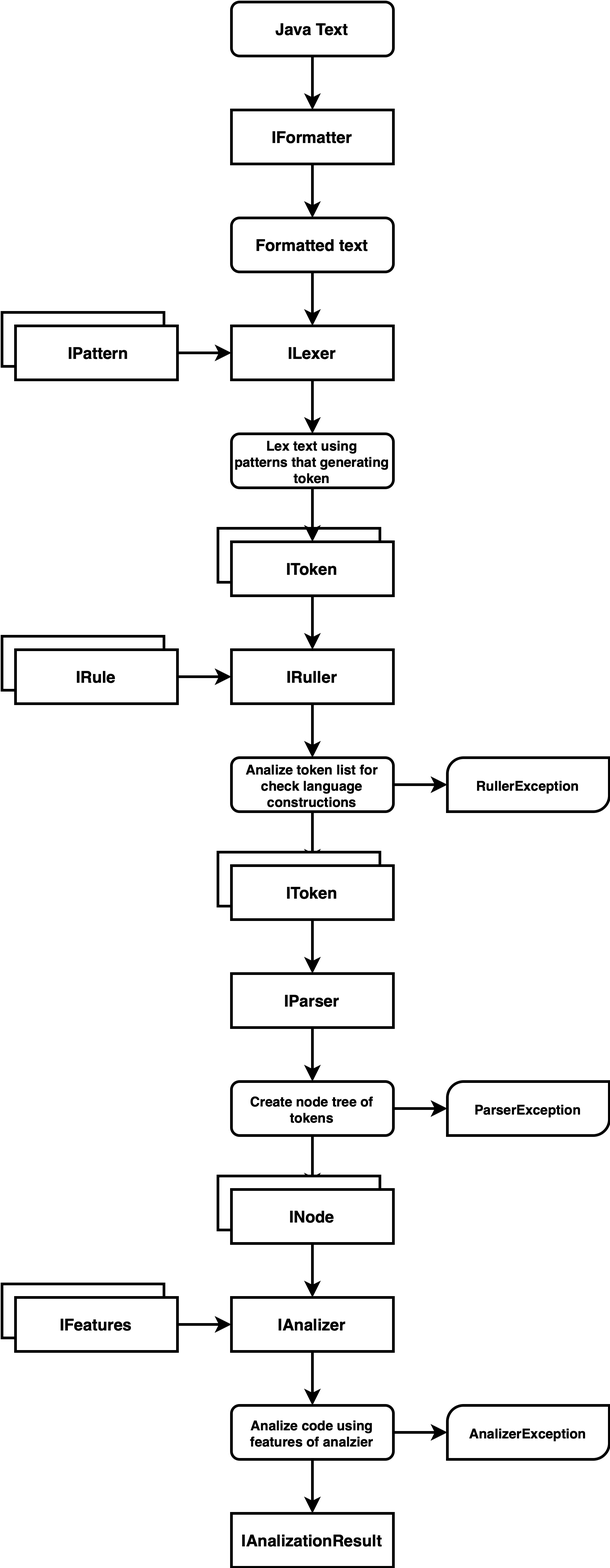
Above: Assets/plan-structure.png in the-femba/java-null-safety-linter (draw.io), before the change. Source tidied: cells renumbered, new cells last; positions are measured from the earlier drawing's top-left corner, leaving out a move shared by most shapes.
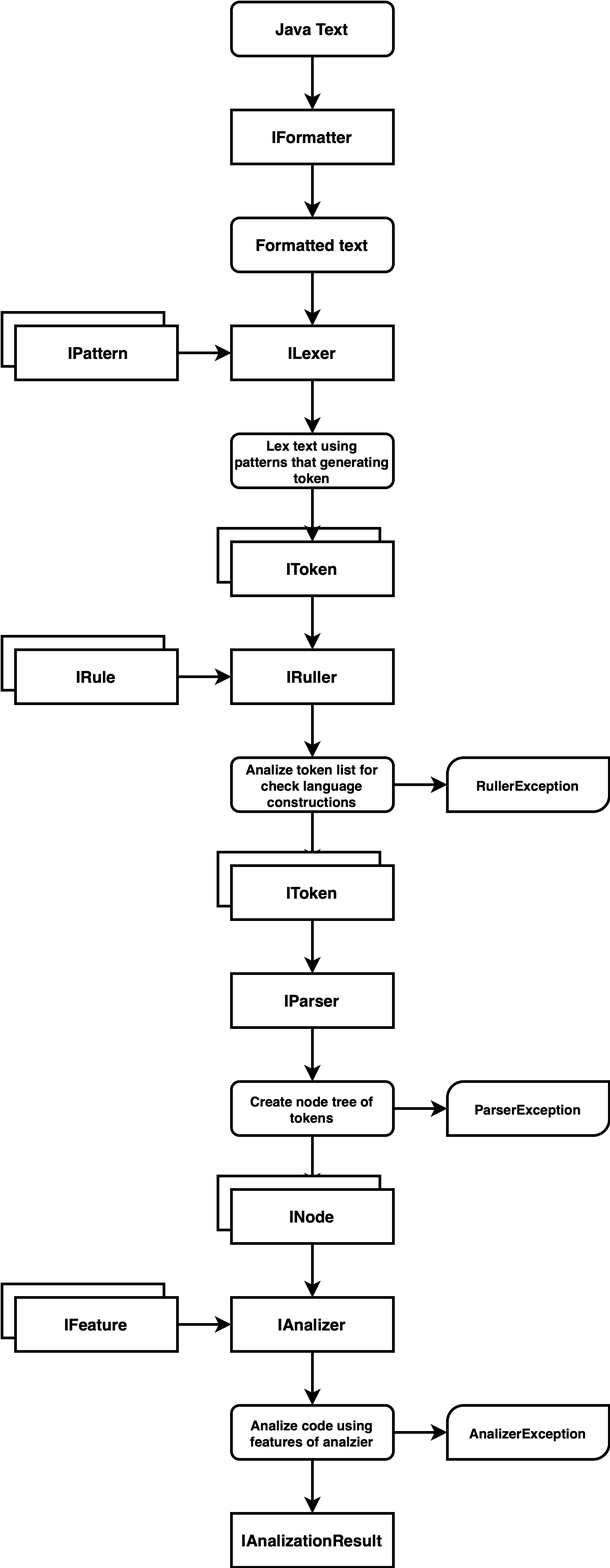
Above is the later version.

Diff of the diagram source:
```diff
@@ -37,7 +37,7 @@
     <mxCell id="12" style="edgeStyle=orthogonalEdgeStyle;rounded=0;jettySize=auto;html=1;exitX=1;exitY=0.5;exitDx=0;exitDy=0;entryX=0;entryY=0.5;entryDx=0;entryDy=0;fontSize=10;strokeWidth=2;fontStyle=1;" parent="1" edge="1" source="13" target="21">
       <mxGeometry relative="1" as="geometry" />
     </mxCell>
-    <mxCell id="13" value="IFeatures" style="rounded=0;whiteSpace=wrap;html=1;strokeWidth=2;fontStyle=1;" parent="1" vertex="1">
+    <mxCell id="13" value="IFeature" style="rounded=0;whiteSpace=wrap;html=1;strokeWidth=2;fontStyle=1;" parent="1" vertex="1">
       <mxGeometry x="10" y="960" width="120" height="40" as="geometry" />
     </mxCell>
     <mxCell id="14" style="edgeStyle=orthogonalEdgeStyle;rounded=0;jettySize=auto;html=1;exitX=0.5;exitY=1;exitDx=0;exitDy=0;entryX=0.5;entryY=0;entryDx=0;entryDy=0;strokeWidth=2;fontStyle=1;" parent="1" edge="1" source="15" target="6">
```
